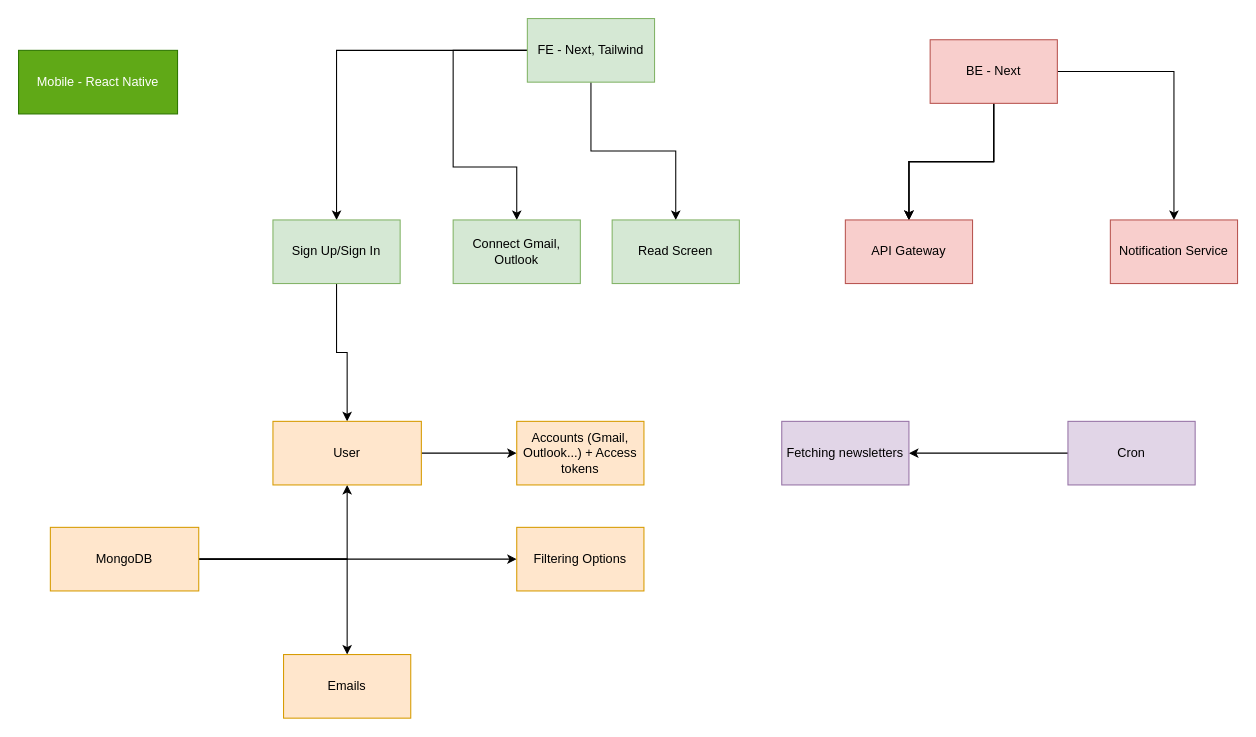
Before: newsletter-app.drawio in hoangv97/draw-io, a draw.io diagram. Source tidied: cells renumbered, new cells numbered last; positions are measured from the earlier drawing's top-left corner, leaving out a move shared by most shapes. Both pictures are drawn from the tidied source at 106%, with x=0, y=0 at pixel (18, 18).
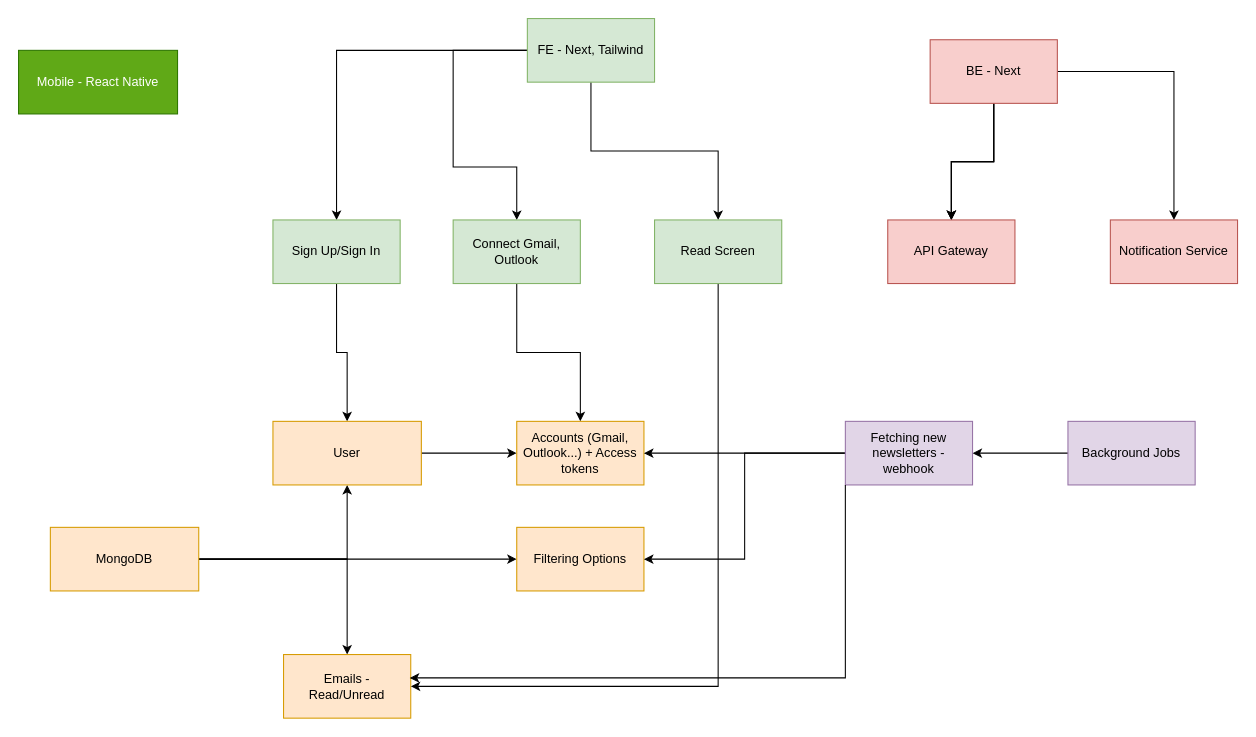
The same page after the edit.

Commit message:
Cập nhật newsletter-app.drawio

The change refers to these unchanged cells:
```xml
<mxCell id="13" value="Connect Gmail, Outlook" style="rounded=0;whiteSpace=wrap;html=1;fillColor=#d5e8d4;strokeColor=#82b366;" parent="1" vertex="1">
  <mxGeometry x="410" y="190" width="120" height="60" as="geometry" />
</mxCell>
<mxCell id="23" value="Accounts (Gmail, Outlook...) + Access tokens" style="whiteSpace=wrap;html=1;rounded=0;fillColor=#ffe6cc;strokeColor=#d79b00;" parent="1" vertex="1">
  <mxGeometry x="470" y="380" width="120" height="60" as="geometry" />
</mxCell>
<mxCell id="25" value="Filtering Options" style="whiteSpace=wrap;html=1;fillColor=#ffe6cc;strokeColor=#d79b00;rounded=0;" parent="1" vertex="1">
  <mxGeometry x="470" y="480" width="120" height="60" as="geometry" />
</mxCell>
```

The edit, as a diff of the source:
```diff
@@
+    <mxCell id="30" style="edgeStyle=orthogonalEdgeStyle;rounded=0;jettySize=auto;html=1;entryX=0.5;entryY=0;entryDx=0;entryDy=0;" parent="1" edge="1" source="13" target="23">
+      <mxGeometry relative="1" as="geometry" />
+    </mxCell>
@@
-    <mxCell id="16" value="Cron" style="rounded=0;whiteSpace=wrap;html=1;fillColor=#e1d5e7;strokeColor=#9673a6;" parent="1" vertex="1">
+    <mxCell id="16" value="Background Jobs" style="rounded=0;whiteSpace=wrap;html=1;fillColor=#e1d5e7;strokeColor=#9673a6;" parent="1" vertex="1">
       <mxGeometry x="990" y="380" width="120" height="60" as="geometry" />
     </mxCell>
@@
-    <mxCell id="24" value="Emails" style="whiteSpace=wrap;html=1;fillColor=#ffe6cc;strokeColor=#d79b00;rounded=0;" parent="1" vertex="1">
+    <mxCell id="24" value="Emails - Read/Unread" style="whiteSpace=wrap;html=1;fillColor=#ffe6cc;strokeColor=#d79b00;rounded=0;" parent="1" vertex="1">
       <mxGeometry x="250" y="600" width="120" height="60" as="geometry" />
     </mxCell>
@@
+    <mxCell id="31" style="edgeStyle=orthogonalEdgeStyle;rounded=0;jettySize=auto;html=1;" parent="1" edge="1" source="26" target="23">
+      <mxGeometry relative="1" as="geometry" />
+    </mxCell>
+    <mxCell id="32" style="edgeStyle=orthogonalEdgeStyle;rounded=0;jettySize=auto;html=1;entryX=1;entryY=0.5;entryDx=0;entryDy=0;" parent="1" edge="1" source="26" target="25">
+      <mxGeometry relative="1" as="geometry" />
+    </mxCell>
-    <mxCell id="26" value="Fetching newsletters" style="whiteSpace=wrap;html=1;fillColor=#e1d5e7;strokeColor=#9673a6;rounded=0;" parent="1" vertex="1">
-      <mxGeometry x="720" y="380" width="120" height="60" as="geometry" />
+    <mxCell id="26" value="Fetching new newsletters - webhook" style="whiteSpace=wrap;html=1;fillColor=#e1d5e7;strokeColor=#9673a6;rounded=0;" parent="1" vertex="1">
+      <mxGeometry x="780" y="380" width="120" height="60" as="geometry" />
     </mxCell>
     <mxCell id="27" value="API Gateway" style="whiteSpace=wrap;html=1;fillColor=#f8cecc;strokeColor=#b85450;rounded=0;" parent="1" vertex="1">
-      <mxGeometry x="780" y="190" width="120" height="60" as="geometry" />
+      <mxGeometry x="820" y="190" width="120" height="60" as="geometry" />
     </mxCell>
@@
+    <mxCell id="33" style="edgeStyle=orthogonalEdgeStyle;rounded=0;jettySize=auto;html=1;" parent="1" edge="1" source="29" target="24">
+      <mxGeometry relative="1" as="geometry">
+        <Array as="points">
+          <mxPoint x="660" y="630" />
+        </Array>
+      </mxGeometry>
+    </mxCell>
     <mxCell id="29" value="Read Screen" style="whiteSpace=wrap;html=1;fillColor=#d5e8d4;strokeColor=#82b366;rounded=0;" parent="1" vertex="1">
-      <mxGeometry x="560" y="190" width="120" height="60" as="geometry" />
+      <mxGeometry x="600" y="190" width="120" height="60" as="geometry" />
     </mxCell>
+    <mxCell id="34" style="edgeStyle=orthogonalEdgeStyle;rounded=0;jettySize=auto;html=1;entryX=0.992;entryY=0.367;entryDx=0;entryDy=0;entryPerimeter=0;" parent="1" edge="1" source="26" target="24">
+      <mxGeometry relative="1" as="geometry">
+        <Array as="points">
+          <mxPoint x="780" y="622" />
+        </Array>
+      </mxGeometry>
+    </mxCell>
```
